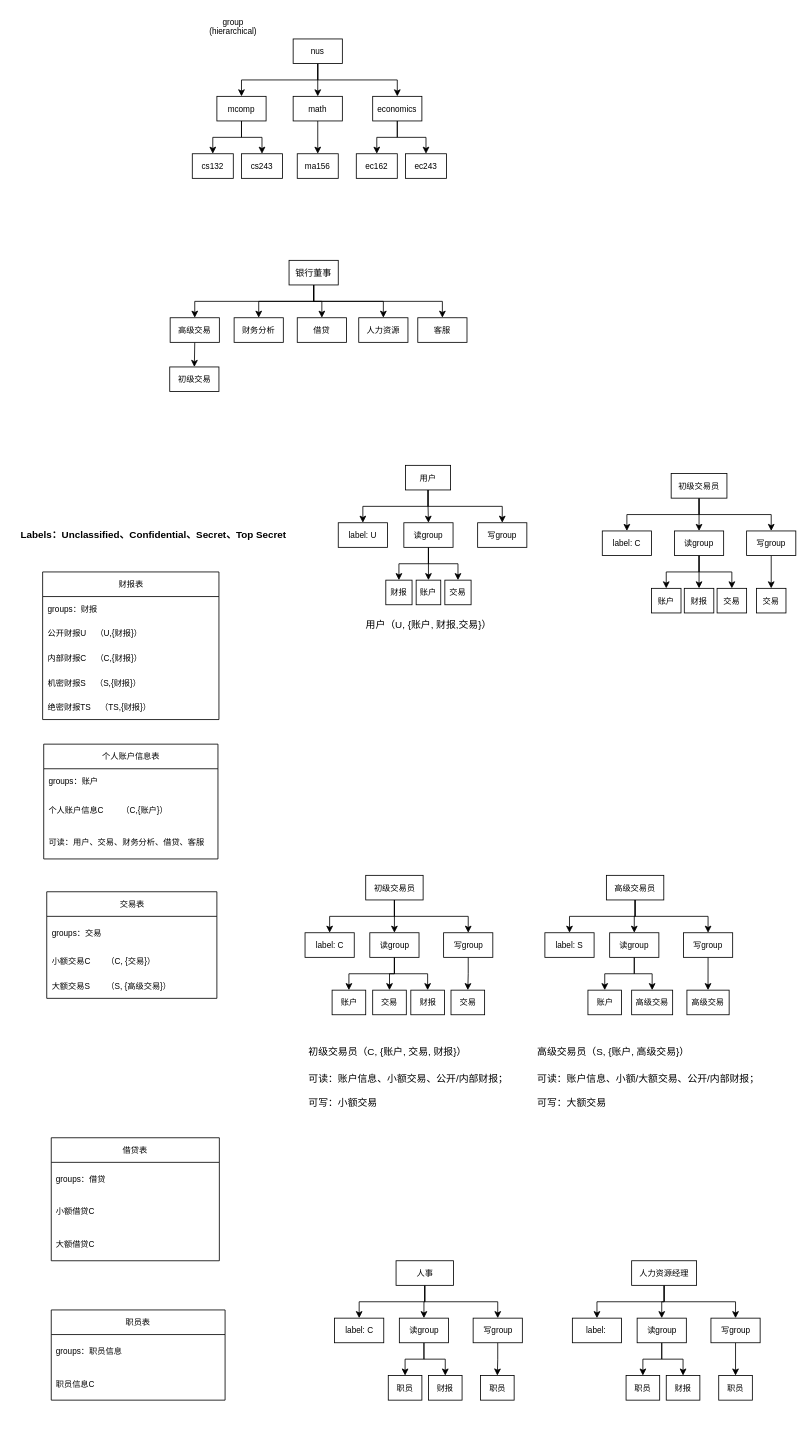
eclaircy/draw.io-repository keeps this draw.io diagram as syf-files/database.drawio. Above is the earlier version. Source tidied: cells renumbered, new cells numbered last; positions are measured from the earlier drawing's top-left corner, leaving out a move shared by most shapes. Both pictures are drawn from the tidied source at 82%, with x=0, y=0 at pixel (14, 14).
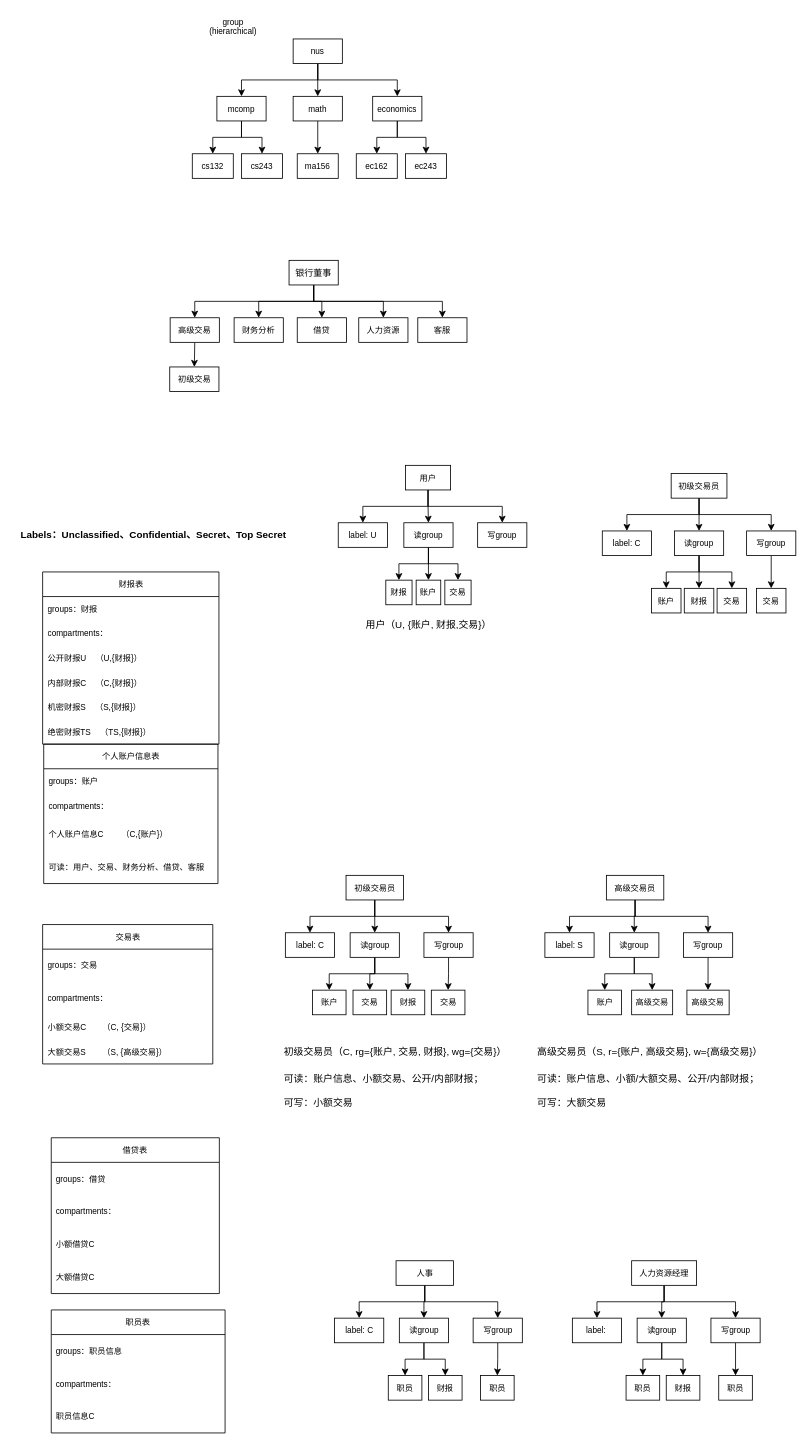
The same page after the edit.

Diff of the diagram source:
```diff
@@
     <mxCell id="32" value="个人账户信息表" style="swimlane;fontStyle=0;horizontal=1;startSize=30;whiteSpace=wrap;html=1;fontSize=10;" parent="1" vertex="1">
-      <mxGeometry x="35.8" y="890" width="212.5" height="140" as="geometry" />
+      <mxGeometry x="35.8" y="890" width="212.5" height="170" as="geometry" />
     </mxCell>
@@
+    <mxCell id="140" value="compartments：" style="text;strokeColor=none;fillColor=none;align=left;verticalAlign=middle;spacingLeft=4;spacingRight=4;overflow=hidden;whiteSpace=wrap;html=1;fontSize=10;" parent="32" vertex="1">
+      <mxGeometry y="60" width="212.5" height="30" as="geometry" />
+    </mxCell>
     <mxCell id="34" value="个人账户信息C&lt;span style=&quot;white-space: pre;&quot;&gt;&#9;&lt;/span&gt;（C,{账户}）" style="text;strokeColor=none;fillColor=none;align=left;verticalAlign=middle;spacingLeft=4;spacingRight=4;overflow=hidden;whiteSpace=wrap;html=1;fontSize=10;" parent="32" vertex="1">
-      <mxGeometry y="60" width="212.5" height="40" as="geometry" />
+      <mxGeometry y="90" width="212.5" height="40" as="geometry" />
     </mxCell>
     <mxCell id="35" value="可读：用户、交易、财务分析、借贷、客服" style="text;strokeColor=none;fillColor=none;align=left;verticalAlign=middle;spacingLeft=4;spacingRight=4;overflow=hidden;whiteSpace=wrap;html=1;fontSize=10;" parent="32" vertex="1">
-      <mxGeometry y="100" width="212.5" height="40" as="geometry" />
+      <mxGeometry y="130" width="212.5" height="40" as="geometry" />
     </mxCell>
@@
     <mxCell id="46" value="交易表" style="swimlane;fontStyle=0;horizontal=1;startSize=30;whiteSpace=wrap;html=1;fontSize=10;" parent="1" vertex="1">
-      <mxGeometry x="39.5" y="1070" width="207.5" height="130" as="geometry" />
+      <mxGeometry x="34.5" y="1110" width="207.5" height="170" as="geometry" />
     </mxCell>
@@
+    <mxCell id="141" value="compartments：" style="text;strokeColor=none;fillColor=none;align=left;verticalAlign=middle;spacingLeft=4;spacingRight=4;overflow=hidden;whiteSpace=wrap;html=1;fontSize=10;" parent="46" vertex="1">
+      <mxGeometry y="70" width="207.5" height="40" as="geometry" />
+    </mxCell>
     <mxCell id="48" value="小额交易C&lt;span style=&quot;white-space: pre;&quot;&gt;&#9;&lt;/span&gt;（C, {交易}）" style="text;strokeColor=none;fillColor=none;align=left;verticalAlign=middle;spacingLeft=4;spacingRight=4;overflow=hidden;whiteSpace=wrap;html=1;fontSize=10;" parent="46" vertex="1">
-      <mxGeometry y="70" width="207.5" height="30" as="geometry" />
+      <mxGeometry y="110" width="207.5" height="30" as="geometry" />
     </mxCell>
     <mxCell id="49" value="大额交易S&lt;span style=&quot;white-space: pre;&quot;&gt;&#9;&lt;/span&gt;（S, {高级交易}）" style="text;strokeColor=none;fillColor=none;align=left;verticalAlign=middle;spacingLeft=4;spacingRight=4;overflow=hidden;whiteSpace=wrap;html=1;fontSize=10;" parent="46" vertex="1">
-      <mxGeometry y="100" width="207.5" height="30" as="geometry" />
+      <mxGeometry y="140" width="207.5" height="30" as="geometry" />
     </mxCell>
@@
     <mxCell id="54" value="初级交易员" style="rounded=0;whiteSpace=wrap;html=1;fontSize=10;" parent="1" vertex="1">
-      <mxGeometry x="428.5" y="1050" width="70" height="30" as="geometry" />
+      <mxGeometry x="404.5" y="1050" width="70" height="30" as="geometry" />
     </mxCell>
@@
     <mxCell id="58" value="读group" style="rounded=0;whiteSpace=wrap;html=1;fontSize=10;" parent="1" vertex="1">
-      <mxGeometry x="433.5" y="1120" width="60" height="30" as="geometry" />
+      <mxGeometry x="409.5" y="1120" width="60" height="30" as="geometry" />
     </mxCell>
@@
     <mxCell id="60" value="写group" style="rounded=0;whiteSpace=wrap;html=1;fontSize=10;" parent="1" vertex="1">
-      <mxGeometry x="523.5" y="1120" width="60" height="30" as="geometry" />
+      <mxGeometry x="499.5" y="1120" width="60" height="30" as="geometry" />
     </mxCell>
     <mxCell id="61" value="交易" style="rounded=0;whiteSpace=wrap;html=1;fontSize=10;" parent="1" vertex="1">
-      <mxGeometry x="437" y="1190" width="41" height="30" as="geometry" />
+      <mxGeometry x="413" y="1190" width="41" height="30" as="geometry" />
     </mxCell>
     <mxCell id="62" value="财报表" style="swimlane;fontStyle=0;horizontal=1;startSize=30;whiteSpace=wrap;html=1;fontSize=10;" parent="1" vertex="1">
-      <mxGeometry x="34.5" y="680" width="215" height="180" as="geometry" />
+      <mxGeometry x="34.5" y="680" width="215" height="210" as="geometry" />
     </mxCell>
@@
+    <mxCell id="142" value="compartments：" style="text;strokeColor=none;fillColor=none;align=left;verticalAlign=middle;spacingLeft=4;spacingRight=4;overflow=hidden;whiteSpace=wrap;html=1;fontSize=10;" parent="62" vertex="1">
+      <mxGeometry y="60" width="215" height="30" as="geometry" />
+    </mxCell>
     <mxCell id="64" value="公开财报U&amp;nbsp; &amp;nbsp; （U,{财报}）" style="text;strokeColor=none;fillColor=none;align=left;verticalAlign=middle;spacingLeft=4;spacingRight=4;overflow=hidden;whiteSpace=wrap;html=1;fontSize=10;" parent="62" vertex="1">
-      <mxGeometry y="60" width="215" height="30" as="geometry" />
+      <mxGeometry y="90" width="215" height="30" as="geometry" />
     </mxCell>
     <mxCell id="65" value="内部财报C&amp;nbsp; &amp;nbsp; （C,{财报}）" style="text;strokeColor=none;fillColor=none;align=left;verticalAlign=middle;spacingLeft=4;spacingRight=4;overflow=hidden;whiteSpace=wrap;html=1;fontSize=10;" parent="62" vertex="1">
-      <mxGeometry y="90" width="215" height="30" as="geometry" />
+      <mxGeometry y="120" width="215" height="30" as="geometry" />
     </mxCell>
     <mxCell id="66" value="机密财报S&amp;nbsp; &amp;nbsp; （S,{财报}）" style="text;strokeColor=none;fillColor=none;align=left;verticalAlign=middle;spacingLeft=4;spacingRight=4;overflow=hidden;whiteSpace=wrap;html=1;fontSize=10;" parent="62" vertex="1">
-      <mxGeometry y="120" width="215" height="30" as="geometry" />
+      <mxGeometry y="150" width="215" height="30" as="geometry" />
     </mxCell>
     <mxCell id="67" value="绝密财报TS&amp;nbsp; &amp;nbsp; （TS,{财报}）" style="text;strokeColor=none;fillColor=none;align=left;verticalAlign=middle;spacingLeft=4;spacingRight=4;overflow=hidden;whiteSpace=wrap;html=1;fontSize=10;" parent="62" vertex="1">
-      <mxGeometry y="150" width="215" height="30" as="geometry" />
+      <mxGeometry y="180" width="215" height="30" as="geometry" />
     </mxCell>
     <mxCell id="68" value="借贷表" style="swimlane;fontStyle=0;horizontal=1;startSize=30;whiteSpace=wrap;html=1;fontSize=10;" parent="1" vertex="1">
-      <mxGeometry x="45" y="1370" width="205" height="150" as="geometry" />
+      <mxGeometry x="45" y="1370" width="205" height="190" as="geometry" />
     </mxCell>
@@
+    <mxCell id="143" value="compartments：" style="text;strokeColor=none;fillColor=none;align=left;verticalAlign=middle;spacingLeft=4;spacingRight=4;overflow=hidden;whiteSpace=wrap;html=1;fontSize=10;" parent="68" vertex="1">
+      <mxGeometry y="70" width="205" height="40" as="geometry" />
+    </mxCell>
     <mxCell id="70" value="小额借贷C" style="text;strokeColor=none;fillColor=none;align=left;verticalAlign=middle;spacingLeft=4;spacingRight=4;overflow=hidden;whiteSpace=wrap;html=1;fontSize=10;" parent="68" vertex="1">
-      <mxGeometry y="70" width="205" height="40" as="geometry" />
+      <mxGeometry y="110" width="205" height="40" as="geometry" />
     </mxCell>
     <mxCell id="71" value="大额借贷C" style="text;strokeColor=none;fillColor=none;align=left;verticalAlign=middle;spacingLeft=4;spacingRight=4;overflow=hidden;whiteSpace=wrap;html=1;fontSize=10;" parent="68" vertex="1">
-      <mxGeometry y="110" width="205" height="40" as="geometry" />
+      <mxGeometry y="150" width="205" height="40" as="geometry" />
     </mxCell>
@@
     <mxCell id="92" value="label: C" style="rounded=0;whiteSpace=wrap;html=1;fontSize=10;" parent="1" vertex="1">
-      <mxGeometry x="354.5" y="1120" width="60" height="30" as="geometry" />
+      <mxGeometry x="330.5" y="1120" width="60" height="30" as="geometry" />
     </mxCell>
     <mxCell id="93" value="账户" style="rounded=0;whiteSpace=wrap;html=1;fontSize=10;" parent="1" vertex="1">
-      <mxGeometry x="387.5" y="1190" width="41" height="30" as="geometry" />
+      <mxGeometry x="363.5" y="1190" width="41" height="30" as="geometry" />
     </mxCell>
@@
     <mxCell id="106" value="交易" style="rounded=0;whiteSpace=wrap;html=1;fontSize=10;" parent="1" vertex="1">
-      <mxGeometry x="532.5" y="1190" width="41" height="30" as="geometry" />
+      <mxGeometry x="508.5" y="1190" width="41" height="30" as="geometry" />
     </mxCell>
@@
-    <mxCell id="108" value="&lt;h1 style=&quot;margin-top: 0px;&quot;&gt;&lt;span style=&quot;font-size: 12px; font-weight: 400; text-align: center; text-wrap: nowrap;&quot;&gt;初级交易员（C, {账户, 交易, 财报}）&lt;/span&gt;&lt;br&gt;&lt;/h1&gt;&lt;p&gt;可读：账户信息、小额交易、公开/内部财报；&lt;br&gt;&lt;br&gt;可写：小额交易&lt;/p&gt;" style="text;html=1;whiteSpace=wrap;overflow=hidden;rounded=0;" parent="1" vertex="1">
-      <mxGeometry x="357" y="1240" width="249" height="120" as="geometry" />
+    <mxCell id="108" value="&lt;h1 style=&quot;margin-top: 0px;&quot;&gt;&lt;span style=&quot;font-size: 12px; font-weight: 400; text-align: center; text-wrap: nowrap;&quot;&gt;初级交易员（C, rg={账户, 交易, 财报}, wg={交易}）&lt;/span&gt;&lt;br&gt;&lt;/h1&gt;&lt;p&gt;可读：账户信息、小额交易、公开/内部财报；&lt;br&gt;&lt;br&gt;可写：小额交易&lt;/p&gt;" style="text;html=1;whiteSpace=wrap;overflow=hidden;rounded=0;" parent="1" vertex="1">
+      <mxGeometry x="327" y="1240" width="274" height="120" as="geometry" />
     </mxCell>
     <mxCell id="109" value="财报" style="rounded=0;whiteSpace=wrap;html=1;fontSize=10;" parent="1" vertex="1">
-      <mxGeometry x="483.5" y="1190" width="41" height="30" as="geometry" />
+      <mxGeometry x="459.5" y="1190" width="41" height="30" as="geometry" />
     </mxCell>
     <mxCell id="110" value="职员表" style="swimlane;fontStyle=0;horizontal=1;startSize=30;whiteSpace=wrap;html=1;fontSize=10;" parent="1" vertex="1">
-      <mxGeometry x="45" y="1580" width="212" height="110" as="geometry" />
+      <mxGeometry x="45" y="1580" width="212" height="150" as="geometry" />
     </mxCell>
@@
+    <mxCell id="144" value="compartments：" style="text;strokeColor=none;fillColor=none;align=left;verticalAlign=middle;spacingLeft=4;spacingRight=4;overflow=hidden;whiteSpace=wrap;html=1;fontSize=10;" parent="110" vertex="1">
+      <mxGeometry y="70" width="212" height="40" as="geometry" />
+    </mxCell>
     <mxCell id="112" value="职员信息C" style="text;strokeColor=none;fillColor=none;align=left;verticalAlign=middle;spacingLeft=4;spacingRight=4;overflow=hidden;whiteSpace=wrap;html=1;fontSize=10;" parent="110" vertex="1">
-      <mxGeometry y="70" width="212" height="40" as="geometry" />
+      <mxGeometry y="110" width="212" height="40" as="geometry" />
     </mxCell>
@@
-    <mxCell id="139" value="&lt;h1 style=&quot;margin-top: 0px;&quot;&gt;&lt;span style=&quot;font-size: 12px; font-weight: 400; text-align: center; text-wrap: nowrap;&quot;&gt;高级交易员（S, {账户, 高级交易}）&lt;/span&gt;&lt;br&gt;&lt;/h1&gt;&lt;p&gt;可读：账户信息、小额/大额交易、公开/内部财报；&lt;br&gt;&lt;br&gt;可写：大额交易&lt;/p&gt;" style="text;html=1;whiteSpace=wrap;overflow=hidden;rounded=0;" parent="1" vertex="1">
+    <mxCell id="139" value="&lt;h1 style=&quot;margin-top: 0px;&quot;&gt;&lt;span style=&quot;font-size: 12px; font-weight: 400; text-align: center; text-wrap: nowrap;&quot;&gt;高级交易员（S, r={账户, 高级交易}, w={高级交易}）&lt;/span&gt;&lt;br&gt;&lt;/h1&gt;&lt;p&gt;可读：账户信息、小额/大额交易、公开/内部财报；&lt;br&gt;&lt;br&gt;可写：大额交易&lt;/p&gt;" style="text;html=1;whiteSpace=wrap;overflow=hidden;rounded=0;" parent="1" vertex="1">
       <mxGeometry x="635.8" y="1240" width="284" height="120" as="geometry" />
     </mxCell>
```
